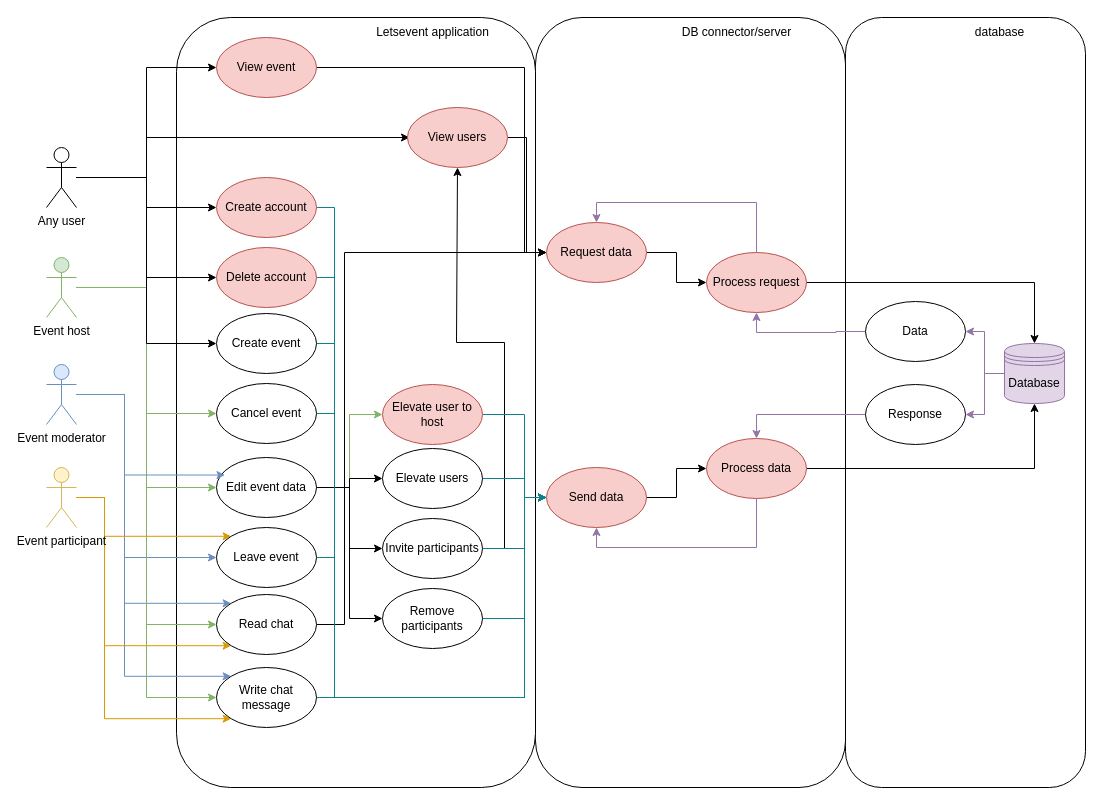
Above: documentation/diagrams/UseCase/text/completeUseCase.drawio in Impolex/event_planer (draw.io), before the change. Source tidied: cells renumbered, new cells numbered last; positions are measured from the earlier drawing's top-left corner, leaving out a move shared by most shapes. Both pictures are drawn from the tidied source at 100%, with x=0, y=0 at pixel (46, 17).
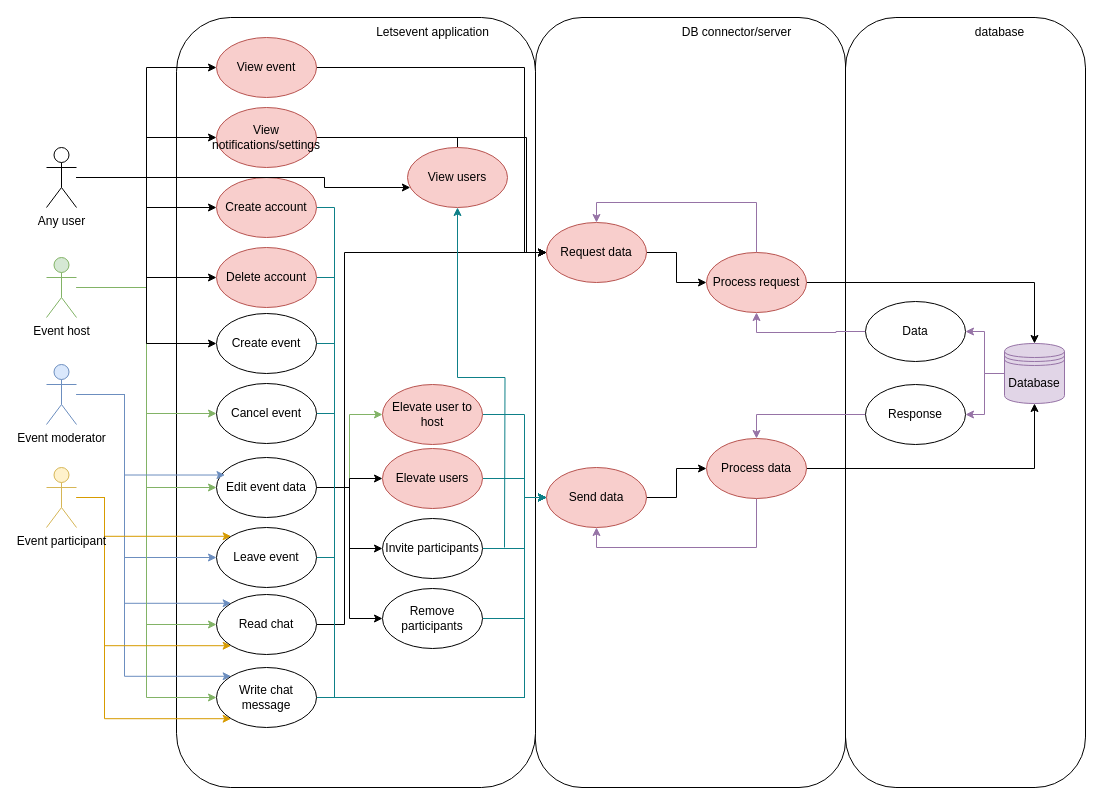
After the change.

Commit message (it also covers changes not shown here):
Fixed CompleteUseCase diagramm

Unchanged cells that the change refers to:
```xml
<mxCell id="29" value="Invite participants" style="ellipse;whiteSpace=wrap;html=1;" parent="1" vertex="1">
  <mxGeometry x="336" y="501" width="100" height="60" as="geometry" />
</mxCell>
<mxCell id="54" value="Any user" style="shape=umlActor;verticalLabelPosition=bottom;verticalAlign=top;html=1;outlineConnect=0;" parent="1" vertex="1">
  <mxGeometry y="130" width="30" height="60" as="geometry" />
</mxCell>
<mxCell id="56" value="Request data" style="ellipse;whiteSpace=wrap;html=1;fillColor=#f8cecc;strokeColor=#b85450;" parent="1" vertex="1">
  <mxGeometry x="500" y="205" width="100" height="60" as="geometry" />
</mxCell>
```

The edit, as a diff of the source:
```diff
@@
-    <mxCell id="2" style="rounded=1;whiteSpace=wrap;html=1;" parent="1" vertex="1">
+    <mxCell id="2" style="rounded=1;whiteSpace=wrap;html=1;arcSize=21;" parent="1" vertex="1">
       <mxGeometry x="799" width="240" height="770" as="geometry" />
     </mxCell>
@@
-    <mxCell id="27" style="edgeStyle=orthogonalEdgeStyle;rounded=0;jettySize=auto;html=1;entryX=0.5;entryY=1;entryDx=0;entryDy=0;" parent="1" edge="1" source="29" target="72">
-      <mxGeometry relative="1" as="geometry">
-        <Array as="points">
-          <mxPoint x="458" y="531" />
-          <mxPoint x="458" y="325" />
-          <mxPoint x="410" y="325" />
-        </Array>
-      </mxGeometry>
-    </mxCell>
@@
-    <mxCell id="31" value="Elevate users" style="ellipse;whiteSpace=wrap;html=1;" parent="1" vertex="1">
+    <mxCell id="31" value="Elevate users" style="ellipse;whiteSpace=wrap;html=1;fillColor=#f8cecc;strokeColor=#b85450;" parent="1" vertex="1">
       <mxGeometry x="336" y="431" width="100" height="60" as="geometry" />
     </mxCell>
@@
-    <mxCell id="50" style="edgeStyle=orthogonalEdgeStyle;rounded=0;orthogonalLoop=1;jettySize=auto;html=1;entryX=0;entryY=0.5;entryDx=0;entryDy=0;" parent="1" edge="1">
-      <mxGeometry relative="1" as="geometry">
-        <mxPoint x="32" y="160" as="sourcePoint" />
-        <mxPoint x="363" y="120" as="targetPoint" />
-        <Array as="points">
-          <mxPoint x="100" y="160" />
-          <mxPoint x="100" y="120" />
-        </Array>
-      </mxGeometry>
-    </mxCell>
@@
+    <mxCell id="77" style="edgeStyle=orthogonalEdgeStyle;rounded=0;jettySize=auto;html=1;" parent="1" edge="1" source="54" target="72">
+      <mxGeometry relative="1" as="geometry">
+        <Array as="points">
+          <mxPoint x="278" y="160" />
+          <mxPoint x="278" y="170" />
+        </Array>
+      </mxGeometry>
+    </mxCell>
+    <mxCell id="78" style="edgeStyle=orthogonalEdgeStyle;rounded=0;jettySize=auto;html=1;" parent="1" edge="1" source="54" target="81">
+      <mxGeometry relative="1" as="geometry" />
+    </mxCell>
@@
+    <mxCell id="79" style="edgeStyle=orthogonalEdgeStyle;rounded=0;jettySize=auto;html=1;fillColor=#b0e3e6;strokeColor=#0e8088;startArrow=classic;startFill=1;endArrow=none;endFill=0;" parent="1" edge="1" source="72">
+      <mxGeometry relative="1" as="geometry">
+        <mxPoint x="458" y="530" as="targetPoint" />
+      </mxGeometry>
+    </mxCell>
     <mxCell id="72" value="View users" style="ellipse;whiteSpace=wrap;html=1;fillColor=#f8cecc;strokeColor=#b85450;" parent="1" vertex="1">
-      <mxGeometry x="361" y="90" width="100" height="60" as="geometry" />
+      <mxGeometry x="361" y="130" width="100" height="60" as="geometry" />
     </mxCell>
@@
+    <mxCell id="80" style="edgeStyle=orthogonalEdgeStyle;rounded=0;jettySize=auto;html=1;entryX=0;entryY=0.5;entryDx=0;entryDy=0;" parent="1" edge="1" source="81" target="56">
+      <mxGeometry relative="1" as="geometry">
+        <Array as="points">
+          <mxPoint x="478" y="120" />
+          <mxPoint x="478" y="235" />
+        </Array>
+      </mxGeometry>
+    </mxCell>
+    <mxCell id="81" value="View notifications/settings" style="ellipse;whiteSpace=wrap;html=1;fillColor=#f8cecc;strokeColor=#b85450;" parent="1" vertex="1">
+      <mxGeometry x="170" y="90" width="100" height="60" as="geometry" />
+    </mxCell>
```
